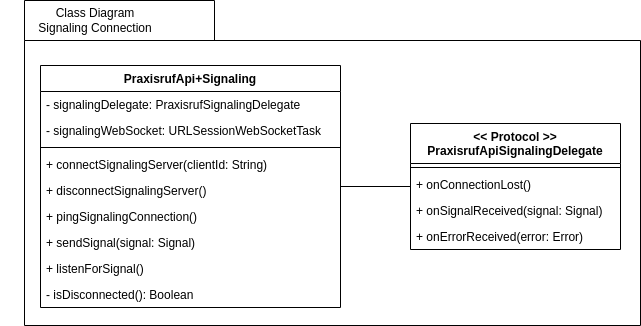
Earlier version of the draw.io export src/graphics/diagramms/Class_Mobile_Client_Signaling_Connection.png (jsvilling/IP6_Bachelorarbeit_Bericht_Cloudbasiertes_Praxisrufsystem). Source tidied: cells renumbered, new cells last; positions are measured from the earlier drawing's top-left corner, leaving out a move shared by most shapes.
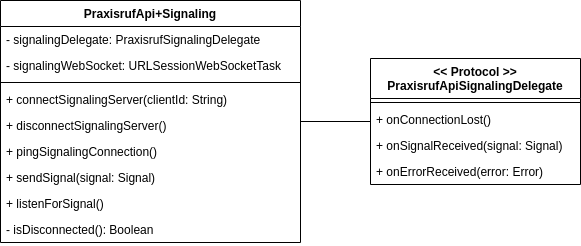
Above is the later version.

Change to the diagram source:
```diff
@@ -2,9 +2,6 @@
   <root>
     <mxCell id="0" />
     <mxCell id="1" parent="0" />
-    <mxCell id="2" style="shape=folder;fontStyle=1;spacingTop=10;tabWidth=190;tabHeight=40;tabPosition=left;html=1;rounded=0;shadow=0;comic=0;labelBackgroundColor=none;strokeWidth=1;fillColor=none;fontFamily=Verdana;fontSize=10;align=center;" parent="1" vertex="1">
-      <mxGeometry x="24" width="616" height="325" as="geometry" />
-    </mxCell>
     <mxCell id="3" value="PraxisrufApi+Signaling" style="swimlane;fontStyle=1;align=center;verticalAlign=top;horizontal=1;startSize=26;" parent="1" vertex="1">
       <mxGeometry x="40" y="65" width="300" height="242" as="geometry" />
     </mxCell>
@@ -53,8 +50,5 @@
     <mxCell id="18" style="endArrow=none;html=1;rounded=0;" parent="1" edge="1" source="3" target="13">
       <mxGeometry relative="1" as="geometry" />
     </mxCell>
-    <mxCell id="19" value="Class Diagram&lt;br&gt;Signaling Connection" style="text;html=1;strokeColor=none;fillColor=none;align=center;verticalAlign=middle;whiteSpace=wrap;rounded=0;" parent="1" vertex="1">
-      <mxGeometry y="5" width="190" height="30" as="geometry" />
-    </mxCell>
   </root>
 </mxGraphModel>
```
